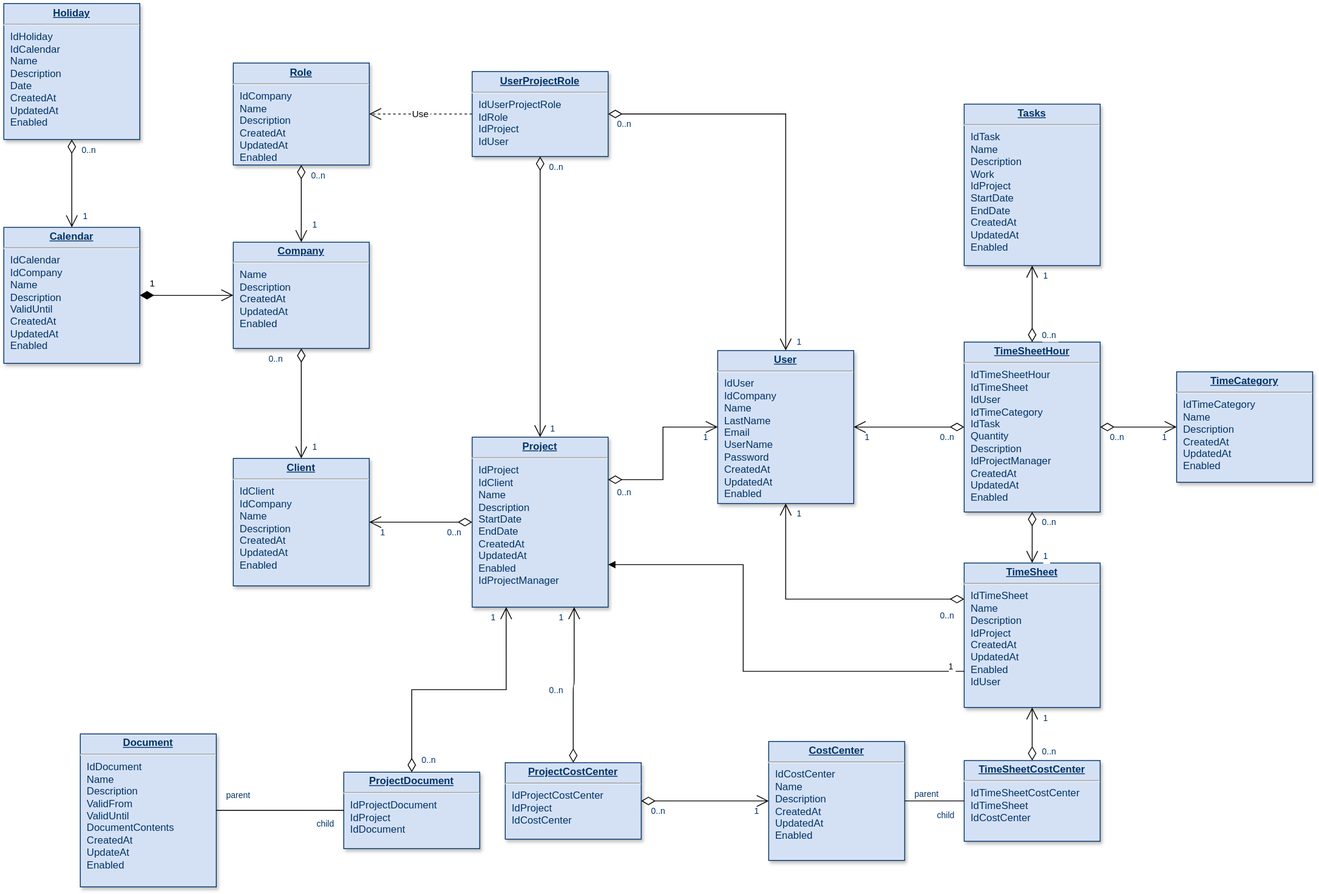
Earlier version of the draw.io export Untitled Diagram.drawio.svg (facundoarguello/santwuald_backend). Source tidied: cells renumbered, new cells last; positions are measured from the earlier drawing's top-left corner, leaving out a move shared by most shapes.
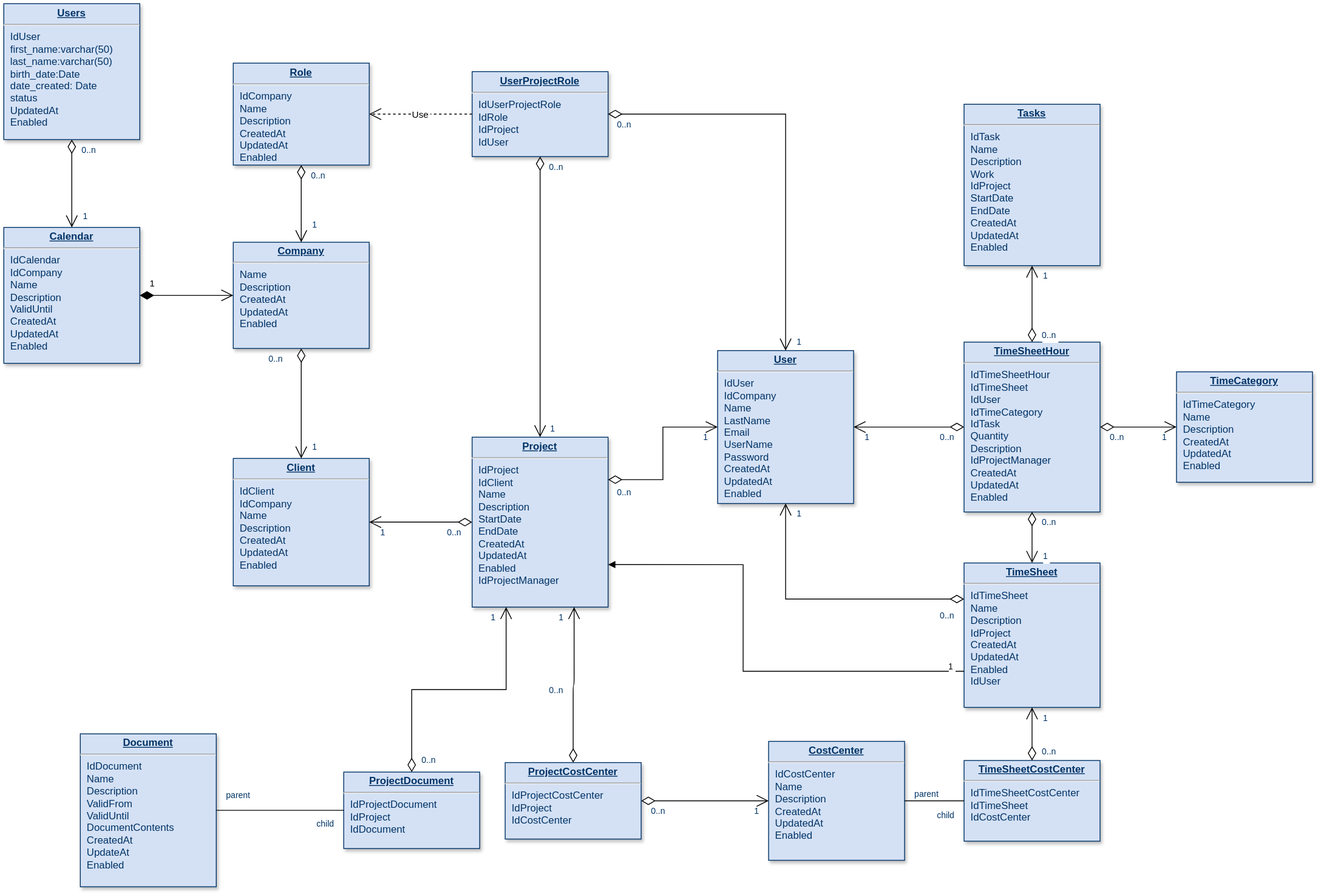
After the commit.

Diff of the diagram source:
```diff
@@ -20,7 +20,7 @@
     <mxCell id="7" value="&lt;p style=&quot;margin: 0px; margin-top: 4px; text-align: center; text-decoration: underline;&quot;&gt;&lt;strong&gt;Client&lt;/strong&gt;&lt;/p&gt;&lt;hr /&gt;&lt;p style=&quot;margin: 0px; margin-left: 8px;&quot;&gt;IdClient&lt;/p&gt;&lt;p style=&quot;margin: 0px; margin-left: 8px;&quot;&gt;IdCompany&lt;/p&gt;&lt;p style=&quot;margin: 0px; margin-left: 8px;&quot;&gt;Name&lt;/p&gt;&lt;p style=&quot;margin: 0px; margin-left: 8px;&quot;&gt;Description&lt;/p&gt;&lt;p style=&quot;margin: 0px; margin-left: 8px;&quot;&gt;CreatedAt&lt;/p&gt;&lt;p style=&quot;margin: 0px; margin-left: 8px;&quot;&gt;UpdatedAt&lt;/p&gt;&lt;p style=&quot;margin: 0px; margin-left: 8px;&quot;&gt;Enabled&lt;/p&gt;" style="verticalAlign=top;align=left;overflow=fill;fontSize=12;fontFamily=Helvetica;html=1;strokeColor=#003366;shadow=1;fillColor=#D4E1F5;fontColor=#003366;" parent="1" vertex="1">
       <mxGeometry x="270" y="535" width="160" height="150" as="geometry" />
     </mxCell>
-    <mxCell id="8" value="&lt;p style=&quot;margin: 0px; margin-top: 4px; text-align: center; text-decoration: underline;&quot;&gt;&lt;strong&gt;Holiday&lt;/strong&gt;&lt;/p&gt;&lt;hr /&gt;&lt;p style=&quot;margin: 0px; margin-left: 8px;&quot;&gt;IdHoliday&lt;/p&gt;&lt;p style=&quot;margin: 0px; margin-left: 8px;&quot;&gt;IdCalendar&lt;/p&gt;&lt;p style=&quot;margin: 0px; margin-left: 8px;&quot;&gt;Name&lt;/p&gt;&lt;p style=&quot;margin: 0px; margin-left: 8px;&quot;&gt;Description&lt;/p&gt;&lt;p style=&quot;margin: 0px; margin-left: 8px;&quot;&gt;Date&lt;/p&gt;&lt;p style=&quot;margin: 0px; margin-left: 8px;&quot;&gt;CreatedAt&lt;/p&gt;&lt;p style=&quot;margin: 0px; margin-left: 8px;&quot;&gt;UpdatedAt&lt;/p&gt;&lt;p style=&quot;margin: 0px; margin-left: 8px;&quot;&gt;Enabled&lt;/p&gt;" style="verticalAlign=top;align=left;overflow=fill;fontSize=12;fontFamily=Helvetica;html=1;strokeColor=#003366;shadow=1;fillColor=#D4E1F5;fontColor=#003366;" parent="1" vertex="1">
+    <mxCell id="8" value="&lt;p style=&quot;margin: 0px; margin-top: 4px; text-align: center; text-decoration: underline;&quot;&gt;&lt;strong&gt;Users&lt;/strong&gt;&lt;/p&gt;&lt;hr&gt;&lt;p style=&quot;margin: 0px; margin-left: 8px;&quot;&gt;&lt;span style=&quot;background-color: initial;&quot;&gt;IdUser&lt;/span&gt;&lt;/p&gt;&lt;p style=&quot;margin: 0px; margin-left: 8px;&quot;&gt;&lt;span style=&quot;background-color: initial;&quot;&gt;first_name:varchar(50)&lt;/span&gt;&lt;/p&gt;&lt;p style=&quot;margin: 0px; margin-left: 8px;&quot;&gt;last_name:varchar(50)&lt;/p&gt;&lt;p style=&quot;margin: 0px; margin-left: 8px;&quot;&gt;birth_date:Date&lt;/p&gt;&lt;p style=&quot;margin: 0px; margin-left: 8px;&quot;&gt;date_created: Date&lt;/p&gt;&lt;p style=&quot;margin: 0px; margin-left: 8px;&quot;&gt;status&lt;/p&gt;&lt;p style=&quot;margin: 0px; margin-left: 8px;&quot;&gt;UpdatedAt&lt;/p&gt;&lt;p style=&quot;margin: 0px; margin-left: 8px;&quot;&gt;Enabled&lt;/p&gt;" style="verticalAlign=top;align=left;overflow=fill;fontSize=12;fontFamily=Helvetica;html=1;strokeColor=#003366;shadow=1;fillColor=#D4E1F5;fontColor=#003366;" parent="1" vertex="1">
       <mxGeometry y="-0.4" width="160" height="160" as="geometry" />
     </mxCell>
     <mxCell id="9" value="&lt;p style=&quot;margin: 0px; margin-top: 4px; text-align: center; text-decoration: underline;&quot;&gt;&lt;strong&gt;TimeSheet&lt;/strong&gt;&lt;/p&gt;&lt;hr /&gt;&lt;p style=&quot;margin: 0px; margin-left: 8px;&quot;&gt;IdTimeSheet&lt;/p&gt;&lt;p style=&quot;margin: 0px; margin-left: 8px;&quot;&gt;Name&lt;/p&gt;&lt;p style=&quot;margin: 0px; margin-left: 8px;&quot;&gt;Description&lt;/p&gt;&lt;p style=&quot;margin: 0px; margin-left: 8px;&quot;&gt;IdProject&lt;/p&gt;&lt;p style=&quot;margin: 0px; margin-left: 8px;&quot;&gt;CreatedAt&lt;/p&gt;&lt;p style=&quot;margin: 0px; margin-left: 8px;&quot;&gt;UpdatedAt&lt;/p&gt;&lt;p style=&quot;margin: 0px; margin-left: 8px;&quot;&gt;Enabled&lt;/p&gt;&lt;p style=&quot;margin: 0px; margin-left: 8px;&quot;&gt;IdUser&lt;/p&gt;" style="verticalAlign=top;align=left;overflow=fill;fontSize=12;fontFamily=Helvetica;html=1;strokeColor=#003366;shadow=1;fillColor=#D4E1F5;fontColor=#003366;" parent="1" vertex="1">
```
